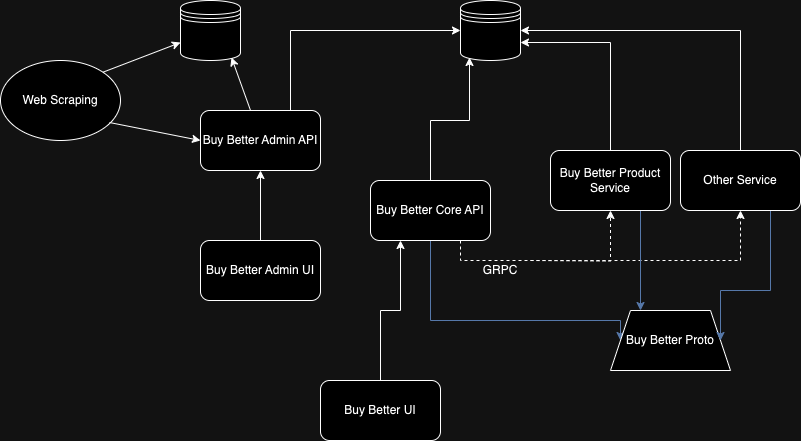
Before: diagram.drawio.png, a diagram exported from draw.io (opplieam/buy-better). Source tidied: cells renumbered, new cells last; positions are measured from the earlier drawing's top-left corner, leaving out a move shared by most shapes.
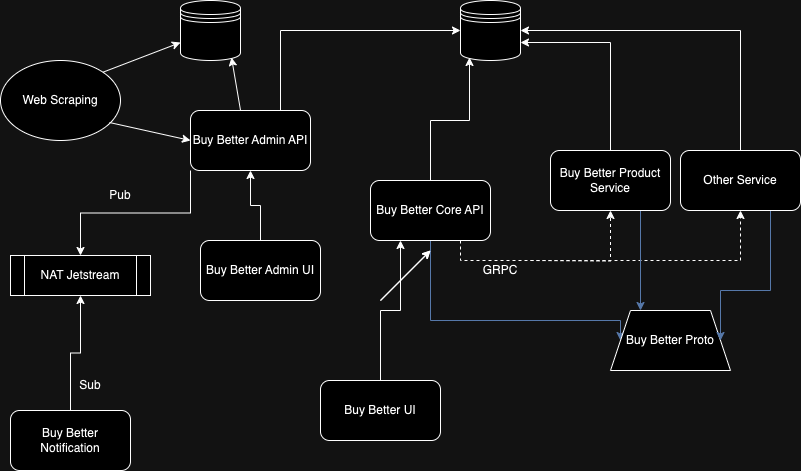
After the commit.

Diff of the diagram source:
```diff
@@ -8,8 +8,11 @@
     <mxCell id="3" style="edgeStyle=orthogonalEdgeStyle;rounded=0;jettySize=auto;html=1;exitX=0.75;exitY=0;exitDx=0;exitDy=0;entryX=0;entryY=0.5;entryDx=0;entryDy=0;" parent="1" edge="1" source="4" target="7">
       <mxGeometry relative="1" as="geometry" />
     </mxCell>
+    <mxCell id="27" style="edgeStyle=orthogonalEdgeStyle;rounded=0;jettySize=auto;html=1;exitX=0;exitY=1;exitDx=0;exitDy=0;entryX=0.5;entryY=0;entryDx=0;entryDy=0;" parent="1" edge="1" source="4" target="28">
+      <mxGeometry relative="1" as="geometry" />
+    </mxCell>
     <mxCell id="4" value="Buy Better Admin API" style="rounded=1;whiteSpace=wrap;html=1;" parent="1" vertex="1">
-      <mxGeometry x="200" y="110" width="120" height="60" as="geometry" />
+      <mxGeometry x="190" y="110" width="120" height="60" as="geometry" />
     </mxCell>
     <mxCell id="5" style="edgeStyle=orthogonalEdgeStyle;rounded=0;jettySize=auto;html=1;exitX=0.5;exitY=0;exitDx=0;exitDy=0;entryX=0.5;entryY=1;entryDx=0;entryDy=0;" parent="1" edge="1" source="6" target="4">
       <mxGeometry relative="1" as="geometry" />
@@ -89,5 +92,32 @@
     <mxCell id="26" value="GRPC" style="text;html=1;align=center;verticalAlign=middle;whiteSpace=wrap;rounded=0;" parent="1" vertex="1">
       <mxGeometry x="470" y="255" width="60" height="30" as="geometry" />
     </mxCell>
+    <mxCell id="28" value="NAT Jetstream" style="shape=process;whiteSpace=wrap;html=1;backgroundOutline=1;" parent="1" vertex="1">
+      <mxGeometry x="10" y="255" width="140" height="40" as="geometry" />
+    </mxCell>
+    <mxCell id="29" style="edgeStyle=orthogonalEdgeStyle;rounded=0;jettySize=auto;html=1;exitX=0.5;exitY=0;exitDx=0;exitDy=0;entryX=0.5;entryY=1;entryDx=0;entryDy=0;" parent="1" edge="1" source="30" target="28">
+      <mxGeometry relative="1" as="geometry" />
+    </mxCell>
+    <mxCell id="30" value="Buy Better Notification" style="rounded=1;whiteSpace=wrap;html=1;" parent="1" vertex="1">
+      <mxGeometry x="10" y="410" width="120" height="60" as="geometry" />
+    </mxCell>
+    <mxCell id="31" style="endArrow=classic;html=1;rounded=0;" parent="1" edge="1">
+      <mxGeometry relative="1" as="geometry">
+        <mxPoint x="380" y="300" as="sourcePoint" />
+        <mxPoint x="430" y="250" as="targetPoint" />
+      </mxGeometry>
+    </mxCell>
+    <mxCell id="32" style="endArrow=classic;html=1;rounded=0;" parent="1" edge="1">
+      <mxGeometry relative="1" as="geometry">
+        <mxPoint x="380" y="300" as="sourcePoint" />
+        <mxPoint x="430" y="250" as="targetPoint" />
+      </mxGeometry>
+    </mxCell>
+    <mxCell id="33" value="Pub" style="text;html=1;align=center;verticalAlign=middle;whiteSpace=wrap;rounded=0;" parent="1" vertex="1">
+      <mxGeometry x="90" y="180" width="60" height="30" as="geometry" />
+    </mxCell>
+    <mxCell id="34" value="Sub" style="text;html=1;align=center;verticalAlign=middle;whiteSpace=wrap;rounded=0;" parent="1" vertex="1">
+      <mxGeometry x="60" y="370" width="60" height="30" as="geometry" />
+    </mxCell>
   </root>
 </mxGraphModel>
```
